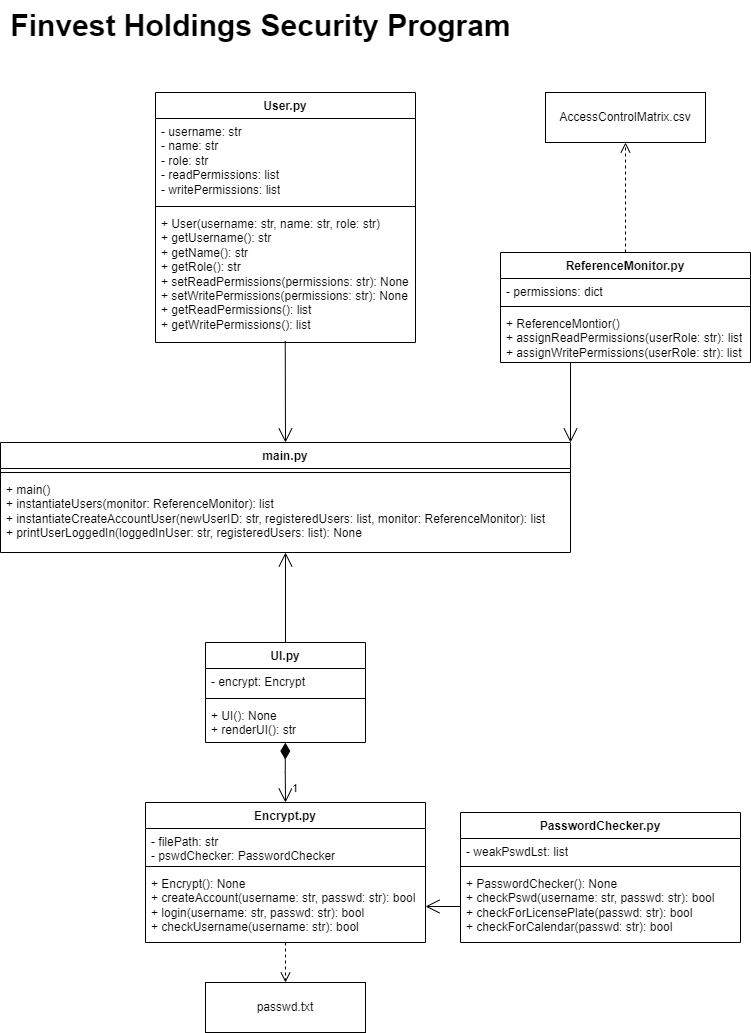
The draw.io diagram Documentation/FinvestHoldingsSecurity.png in NathanMacDiarmid/SYSC4810, before a commit. Source tidied: cells renumbered, new cells last; positions are measured from the earlier drawing's top-left corner, leaving out a move shared by most shapes. Source of this version:
```xml
<mxGraphModel>
  <root>
    <mxCell id="0" />
    <mxCell id="1" parent="0" />
    <mxCell id="2" value="main.py" style="swimlane;fontStyle=1;align=center;verticalAlign=top;horizontal=1;startSize=26;whiteSpace=wrap;html=1;" parent="1" vertex="1">
      <mxGeometry y="442" width="570" height="110" as="geometry" />
    </mxCell>
    <mxCell id="3" style="line;strokeWidth=1;fillColor=none;align=left;verticalAlign=middle;spacingTop=-1;spacingLeft=3;spacingRight=3;labelPosition=right;strokeColor=inherit;" parent="2" vertex="1">
      <mxGeometry y="26" width="570" height="8" as="geometry" />
    </mxCell>
    <mxCell id="4" value="+ main()&lt;br&gt;+ instantiateUsers(monitor: ReferenceMonitor): list&lt;br&gt;+ instantiateCreateAccountUser(newUserID: str, registeredUsers: list, monitor: ReferenceMonitor): list&lt;br&gt;+ printUserLoggedIn(loggedInUser: str, registeredUsers: list): None" style="text;strokeColor=none;fillColor=none;align=left;verticalAlign=top;spacingLeft=4;spacingRight=4;overflow=hidden;points=[[0,0.5],[1,0.5]];portConstraint=eastwest;whiteSpace=wrap;html=1;" parent="2" vertex="1">
      <mxGeometry y="34" width="570" height="76" as="geometry" />
    </mxCell>
    <mxCell id="5" value="Encrypt.py" style="swimlane;fontStyle=1;align=center;verticalAlign=top;horizontal=1;startSize=26;whiteSpace=wrap;html=1;" parent="1" vertex="1">
      <mxGeometry x="145" y="802" width="280" height="140" as="geometry" />
    </mxCell>
    <mxCell id="6" value="- filePath: str&lt;br&gt;- pswdChecker: PasswordChecker" style="text;strokeColor=none;fillColor=none;align=left;verticalAlign=top;spacingLeft=4;spacingRight=4;overflow=hidden;whiteSpace=wrap;html=1;" parent="5" vertex="1">
      <mxGeometry y="26" width="280" height="34" as="geometry" />
    </mxCell>
    <mxCell id="7" style="line;strokeWidth=1;fillColor=none;align=left;verticalAlign=middle;spacingTop=-1;spacingLeft=3;spacingRight=3;labelPosition=right;strokeColor=inherit;" parent="5" vertex="1">
      <mxGeometry y="60" width="280" height="8" as="geometry" />
    </mxCell>
    <mxCell id="8" value="+ Encrypt(): None&lt;br&gt;+ createAccount(username: str, passwd: str): bool&lt;br&gt;+ login(username: str, passwd: str): bool&lt;br&gt;+ checkUsername(username: str): bool" style="text;strokeColor=none;fillColor=none;align=left;verticalAlign=top;spacingLeft=4;spacingRight=4;overflow=hidden;points=[[0,0.5],[1,0.5]];portConstraint=eastwest;whiteSpace=wrap;html=1;" parent="5" vertex="1">
      <mxGeometry y="68" width="280" height="72" as="geometry" />
    </mxCell>
    <mxCell id="9" value="UI.py" style="swimlane;fontStyle=1;align=center;verticalAlign=top;horizontal=1;startSize=26;whiteSpace=wrap;html=1;" parent="1" vertex="1">
      <mxGeometry x="205" y="642" width="160" height="100" as="geometry" />
    </mxCell>
    <mxCell id="10" value="- encrypt: Encrypt" style="text;strokeColor=none;fillColor=none;align=left;verticalAlign=top;spacingLeft=4;spacingRight=4;overflow=hidden;whiteSpace=wrap;html=1;" parent="9" vertex="1">
      <mxGeometry y="26" width="160" height="26" as="geometry" />
    </mxCell>
    <mxCell id="11" style="line;strokeWidth=1;fillColor=none;align=left;verticalAlign=middle;spacingTop=-1;spacingLeft=3;spacingRight=3;labelPosition=right;strokeColor=inherit;" parent="9" vertex="1">
      <mxGeometry y="52" width="160" height="8" as="geometry" />
    </mxCell>
    <mxCell id="12" value="+ UI(): None&lt;br&gt;+ renderUI(): str" style="text;strokeColor=none;fillColor=none;align=left;verticalAlign=top;spacingLeft=4;spacingRight=4;overflow=hidden;points=[[0,0.5],[1,0.5]];portConstraint=eastwest;whiteSpace=wrap;html=1;" parent="9" vertex="1">
      <mxGeometry y="60" width="160" height="40" as="geometry" />
    </mxCell>
    <mxCell id="13" value="passwd.txt" style="html=1;whiteSpace=wrap;" parent="1" vertex="1">
      <mxGeometry x="205" y="982" width="160" height="50" as="geometry" />
    </mxCell>
    <mxCell id="14" style="html=1;verticalAlign=bottom;endArrow=open;dashed=1;endSize=8;curved=0;rounded=0;entryX=0.5;entryY=0;entryDx=0;entryDy=0;exitX=0.5;exitY=1;exitDx=0;exitDy=0;exitPerimeter=0;" parent="1" edge="1" source="8" target="13">
      <mxGeometry relative="1" as="geometry" />
    </mxCell>
    <mxCell id="15" value="1" style="endArrow=open;html=1;endSize=12;startArrow=diamondThin;startSize=14;startFill=1;edgeStyle=orthogonalEdgeStyle;align=left;verticalAlign=bottom;rounded=0;entryX=0.5;entryY=0;entryDx=0;entryDy=0;exitX=0.499;exitY=1.003;exitDx=0;exitDy=0;exitPerimeter=0;" parent="1" edge="1" source="12" target="5">
      <mxGeometry x="0.86" y="5" relative="1" as="geometry" />
    </mxCell>
    <mxCell id="16" style="endArrow=open;endFill=1;endSize=12;html=1;rounded=0;exitX=0.5;exitY=0;exitDx=0;exitDy=0;" parent="1" edge="1" source="9" target="4">
      <mxGeometry relative="1" as="geometry" />
    </mxCell>
    <mxCell id="17" value="PasswordChecker.py" style="swimlane;fontStyle=1;align=center;verticalAlign=top;horizontal=1;startSize=26;whiteSpace=wrap;html=1;" parent="1" vertex="1">
      <mxGeometry x="460" y="812" width="280" height="130" as="geometry" />
    </mxCell>
    <mxCell id="18" value="- weakPswdLst: list" style="text;strokeColor=none;fillColor=none;align=left;verticalAlign=top;spacingLeft=4;spacingRight=4;overflow=hidden;whiteSpace=wrap;html=1;" parent="17" vertex="1">
      <mxGeometry y="26" width="280" height="24" as="geometry" />
    </mxCell>
    <mxCell id="19" style="line;strokeWidth=1;fillColor=none;align=left;verticalAlign=middle;spacingTop=-1;spacingLeft=3;spacingRight=3;labelPosition=right;strokeColor=inherit;" parent="17" vertex="1">
      <mxGeometry y="50" width="280" height="8" as="geometry" />
    </mxCell>
    <mxCell id="20" value="+ PasswordChecker(): None&lt;br&gt;+ checkPswd(username: str, passwd: str): bool&lt;br&gt;+ checkForLicensePlate(passwd: str): bool&lt;br&gt;+ checkForCalendar(passwd: str): bool" style="text;strokeColor=none;fillColor=none;align=left;verticalAlign=top;spacingLeft=4;spacingRight=4;overflow=hidden;points=[[0,0.5],[1,0.5]];portConstraint=eastwest;whiteSpace=wrap;html=1;" parent="17" vertex="1">
      <mxGeometry y="58" width="280" height="72" as="geometry" />
    </mxCell>
    <mxCell id="21" style="endArrow=open;endFill=1;endSize=12;html=1;rounded=0;exitX=0;exitY=0.5;exitDx=0;exitDy=0;entryX=1;entryY=0.5;entryDx=0;entryDy=0;" parent="1" edge="1" source="20" target="8">
      <mxGeometry relative="1" as="geometry" />
    </mxCell>
    <mxCell id="22" value="User.py" style="swimlane;fontStyle=1;align=center;verticalAlign=top;horizontal=1;startSize=26;whiteSpace=wrap;html=1;" parent="1" vertex="1">
      <mxGeometry x="155" y="92" width="260" height="250" as="geometry" />
    </mxCell>
    <mxCell id="23" value="- username: str&lt;br&gt;- name: str&lt;br&gt;- role: str&lt;br&gt;- readPermissions: list&lt;br&gt;- writePermissions: list" style="text;strokeColor=none;fillColor=none;align=left;verticalAlign=top;spacingLeft=4;spacingRight=4;overflow=hidden;whiteSpace=wrap;html=1;" parent="22" vertex="1">
      <mxGeometry y="26" width="260" height="84" as="geometry" />
    </mxCell>
    <mxCell id="24" style="line;strokeWidth=1;fillColor=none;align=left;verticalAlign=middle;spacingTop=-1;spacingLeft=3;spacingRight=3;labelPosition=right;strokeColor=inherit;" parent="22" vertex="1">
      <mxGeometry y="110" width="260" height="8" as="geometry" />
    </mxCell>
    <mxCell id="25" value="+ User(username: str, name: str, role: str)&lt;br&gt;+ getUsername(): str&lt;br&gt;+ getName(): str&lt;br&gt;+ getRole(): str&lt;br&gt;+ setReadPermissions(permissions: str): None&lt;br&gt;+ setWritePermissions(permissions: str): None&lt;br&gt;+ getReadPermissions(): list&lt;br&gt;+ getWritePermissions(): list" style="text;strokeColor=none;fillColor=none;align=left;verticalAlign=top;spacingLeft=4;spacingRight=4;overflow=hidden;points=[[0,0.5],[1,0.5]];portConstraint=eastwest;whiteSpace=wrap;html=1;" parent="22" vertex="1">
      <mxGeometry y="118" width="260" height="132" as="geometry" />
    </mxCell>
    <mxCell id="26" value="ReferenceMonitor.py" style="swimlane;fontStyle=1;align=center;verticalAlign=top;horizontal=1;startSize=26;whiteSpace=wrap;html=1;" parent="1" vertex="1">
      <mxGeometry x="500" y="252" width="250" height="110" as="geometry" />
    </mxCell>
    <mxCell id="27" value="- permissions: dict" style="text;strokeColor=none;fillColor=none;align=left;verticalAlign=top;spacingLeft=4;spacingRight=4;overflow=hidden;whiteSpace=wrap;html=1;" parent="26" vertex="1">
      <mxGeometry y="26" width="250" height="24" as="geometry" />
    </mxCell>
    <mxCell id="28" style="line;strokeWidth=1;fillColor=none;align=left;verticalAlign=middle;spacingTop=-1;spacingLeft=3;spacingRight=3;labelPosition=right;strokeColor=inherit;" parent="26" vertex="1">
      <mxGeometry y="50" width="250" height="8" as="geometry" />
    </mxCell>
    <mxCell id="29" value="+ ReferenceMontior()&lt;br&gt;+ assignReadPermissions(userRole: str): list&lt;br&gt;+ assignWritePermissions(userRole: str): list" style="text;strokeColor=none;fillColor=none;align=left;verticalAlign=top;spacingLeft=4;spacingRight=4;overflow=hidden;points=[[0,0.5],[1,0.5]];portConstraint=eastwest;whiteSpace=wrap;html=1;" parent="26" vertex="1">
      <mxGeometry y="58" width="250" height="52" as="geometry" />
    </mxCell>
    <mxCell id="30" value="AccessControlMatrix.csv" style="html=1;whiteSpace=wrap;" parent="1" vertex="1">
      <mxGeometry x="545" y="92" width="160" height="50" as="geometry" />
    </mxCell>
    <mxCell id="31" style="html=1;verticalAlign=bottom;endArrow=open;dashed=1;endSize=8;curved=0;rounded=0;entryX=0.5;entryY=1;entryDx=0;entryDy=0;exitX=0.5;exitY=0;exitDx=0;exitDy=0;" parent="1" edge="1" source="26" target="30">
      <mxGeometry relative="1" as="geometry" />
    </mxCell>
    <mxCell id="32" style="endArrow=open;endFill=1;endSize=12;html=1;rounded=0;entryX=0.5;entryY=0;entryDx=0;entryDy=0;exitX=0.499;exitY=0.989;exitDx=0;exitDy=0;exitPerimeter=0;" parent="1" edge="1" source="25" target="2">
      <mxGeometry relative="1" as="geometry" />
    </mxCell>
    <mxCell id="33" style="endArrow=open;endFill=1;endSize=12;html=1;rounded=0;exitX=0.28;exitY=1;exitDx=0;exitDy=0;entryX=1;entryY=0;entryDx=0;entryDy=0;exitPerimeter=0;" parent="1" edge="1" source="29" target="2">
      <mxGeometry relative="1" as="geometry" />
    </mxCell>
    <mxCell id="34" value="Finvest Holdings Security Program" style="text;html=1;align=center;verticalAlign=middle;strokeColor=none;fillColor=none;fontStyle=1;fontSize=30;" parent="1" vertex="1">
      <mxGeometry width="520" height="50" as="geometry" />
    </mxCell>
  </root>
</mxGraphModel>
```
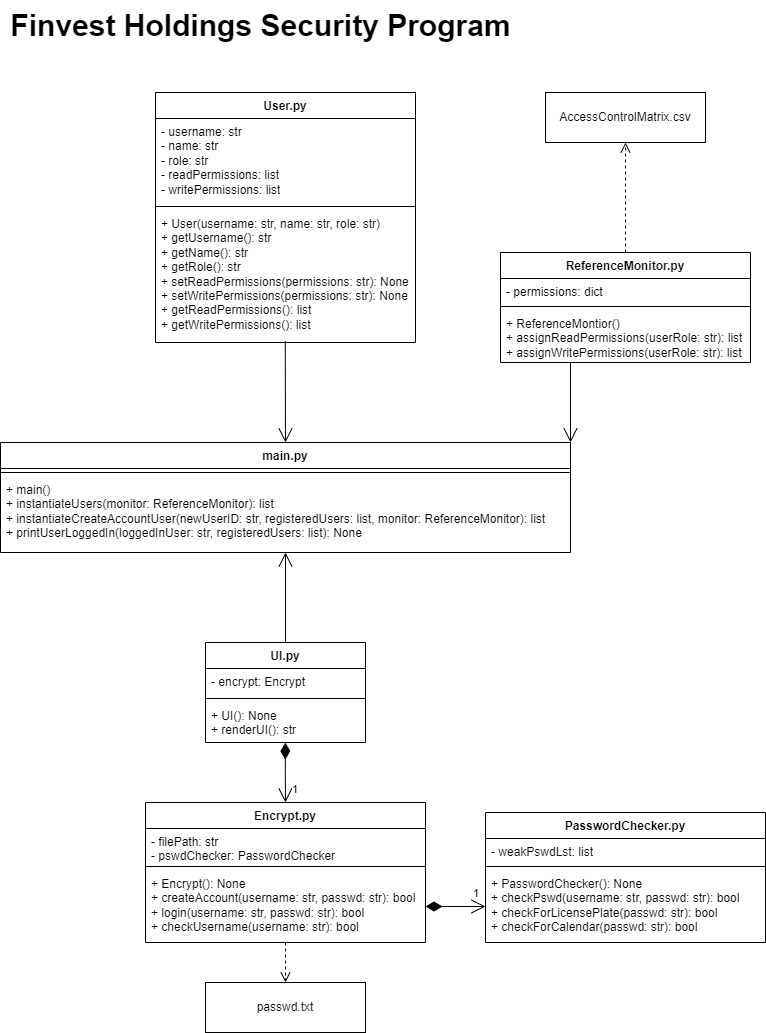
After the change.

Diff of the diagram source:
```diff
@@ -48,7 +48,7 @@
       <mxGeometry relative="1" as="geometry" />
     </mxCell>
     <mxCell id="17" value="PasswordChecker.py" style="swimlane;fontStyle=1;align=center;verticalAlign=top;horizontal=1;startSize=26;whiteSpace=wrap;html=1;" parent="1" vertex="1">
-      <mxGeometry x="460" y="812" width="280" height="130" as="geometry" />
+      <mxGeometry x="485" y="812" width="280" height="130" as="geometry" />
     </mxCell>
     <mxCell id="18" value="- weakPswdLst: list" style="text;strokeColor=none;fillColor=none;align=left;verticalAlign=top;spacingLeft=4;spacingRight=4;overflow=hidden;whiteSpace=wrap;html=1;" parent="17" vertex="1">
       <mxGeometry y="26" width="280" height="24" as="geometry" />
@@ -59,9 +59,6 @@
     <mxCell id="20" value="+ PasswordChecker(): None&lt;br&gt;+ checkPswd(username: str, passwd: str): bool&lt;br&gt;+ checkForLicensePlate(passwd: str): bool&lt;br&gt;+ checkForCalendar(passwd: str): bool" style="text;strokeColor=none;fillColor=none;align=left;verticalAlign=top;spacingLeft=4;spacingRight=4;overflow=hidden;points=[[0,0.5],[1,0.5]];portConstraint=eastwest;whiteSpace=wrap;html=1;" parent="17" vertex="1">
       <mxGeometry y="58" width="280" height="72" as="geometry" />
     </mxCell>
-    <mxCell id="21" style="endArrow=open;endFill=1;endSize=12;html=1;rounded=0;exitX=0;exitY=0.5;exitDx=0;exitDy=0;entryX=1;entryY=0.5;entryDx=0;entryDy=0;" parent="1" edge="1" source="20" target="8">
-      <mxGeometry relative="1" as="geometry" />
-    </mxCell>
     <mxCell id="22" value="User.py" style="swimlane;fontStyle=1;align=center;verticalAlign=top;horizontal=1;startSize=26;whiteSpace=wrap;html=1;" parent="1" vertex="1">
       <mxGeometry x="155" y="92" width="260" height="250" as="geometry" />
     </mxCell>
@@ -101,5 +98,8 @@
     <mxCell id="34" value="Finvest Holdings Security Program" style="text;html=1;align=center;verticalAlign=middle;strokeColor=none;fillColor=none;fontStyle=1;fontSize=30;" parent="1" vertex="1">
       <mxGeometry width="520" height="50" as="geometry" />
     </mxCell>
+    <mxCell id="35" value="1" style="endArrow=open;html=1;endSize=12;startArrow=diamondThin;startSize=14;startFill=1;edgeStyle=orthogonalEdgeStyle;align=left;verticalAlign=bottom;rounded=0;entryX=0;entryY=0.5;entryDx=0;entryDy=0;exitX=1;exitY=0.5;exitDx=0;exitDy=0;" parent="1" edge="1" source="8" target="20">
+      <mxGeometry x="0.53" y="4" relative="1" as="geometry" />
+    </mxCell>
   </root>
 </mxGraphModel>
```
